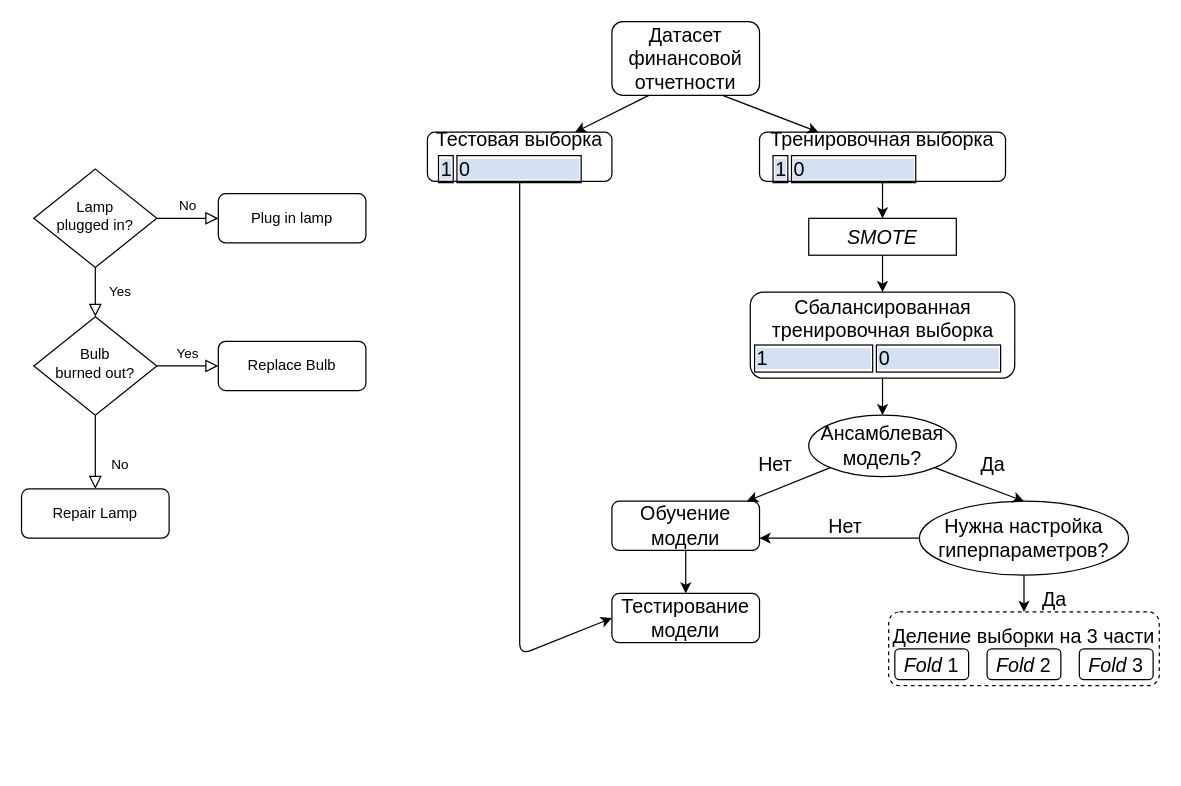
Mekss/retail-companies-bankruptcy-research keeps this draw.io diagram as Untitled Diagram.drawio. Above is the earlier version. Source tidied: cells renumbered, new cells numbered last; positions are measured from the earlier drawing's top-left corner, leaving out a move shared by most shapes. Both pictures are drawn from the tidied source at 123%, with x=0, y=0 at pixel (21, 21).
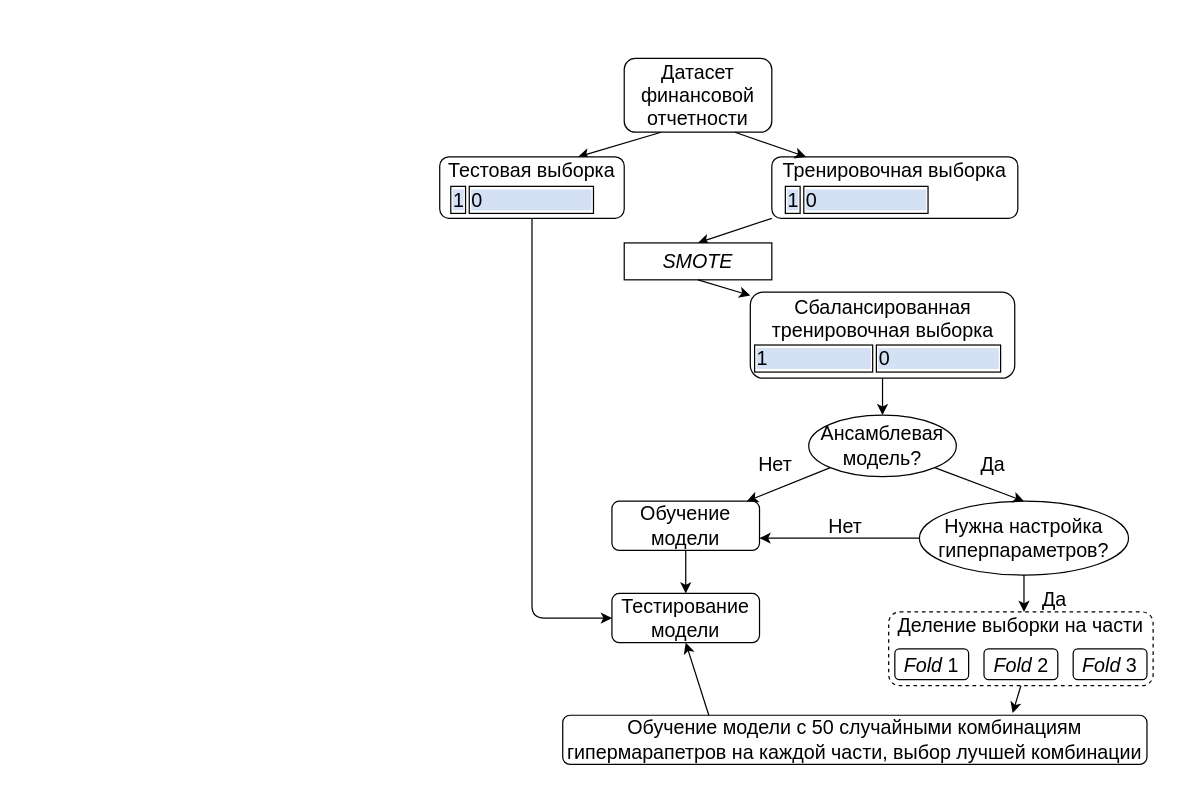
Above is the later version.

The change refers to these unchanged cells:
```xml
<mxCell id="24" value="Тестирование модели" style="rounded=1;whiteSpace=wrap;html=1;fontSize=16;" parent="1" vertex="1">
  <mxGeometry x="480" y="465" width="120" height="40" as="geometry" />
</mxCell>
```

The edit, as a diff of the source:
```diff
@@
-    <mxCell id="2" value="Деление выборки на 3 части&lt;br&gt;&lt;br&gt;" style="rounded=1;whiteSpace=wrap;html=1;fontSize=16;dashed=1;fillColor=#FFFFFF;" parent="1" vertex="1">
-      <mxGeometry x="705" y="480" width="220" height="60" as="geometry" />
+    <mxCell id="2" value="Деление выборки на части&lt;br&gt;&lt;br&gt;&lt;br&gt;" style="rounded=1;whiteSpace=wrap;html=1;fontSize=16;dashed=1;fillColor=#FFFFFF;" parent="1" vertex="1">
+      <mxGeometry x="705" y="480" width="215" height="60" as="geometry" />
     </mxCell>
     <mxCell id="3" value="Датасет финансовой отчетности" style="rounded=1;whiteSpace=wrap;html=1;fontSize=16;glass=0;strokeWidth=1;shadow=0;" parent="1" vertex="1">
-      <mxGeometry x="480" width="120" height="60" as="geometry" />
+      <mxGeometry x="490" y="30" width="120" height="60" as="geometry" />
     </mxCell>
-    <mxCell id="4" value="Yes" style="rounded=0;html=1;jettySize=auto;fontSize=11;endArrow=block;endFill=0;endSize=8;strokeWidth=1;shadow=0;labelBackgroundColor=none;edgeStyle=orthogonalEdgeStyle;" parent="1" edge="1" source="6" target="10">
-      <mxGeometry y="20" relative="1" as="geometry" />
-    </mxCell>
-    <mxCell id="5" value="No" style="edgeStyle=orthogonalEdgeStyle;rounded=0;html=1;jettySize=auto;fontSize=11;endArrow=block;endFill=0;endSize=8;strokeWidth=1;shadow=0;labelBackgroundColor=none;" parent="1" edge="1" source="6" target="7">
-      <mxGeometry y="10" relative="1" as="geometry" />
-    </mxCell>
-    <mxCell id="6" value="Lamp&lt;br&gt;plugged in?" style="rhombus;whiteSpace=wrap;html=1;shadow=0;fontFamily=Helvetica;fontSize=12;align=center;strokeWidth=1;spacing=6;spacingTop=-4;" parent="1" vertex="1">
-      <mxGeometry x="10" y="120" width="100" height="80" as="geometry" />
-    </mxCell>
-    <mxCell id="7" value="Plug in lamp" style="rounded=1;whiteSpace=wrap;html=1;fontSize=12;glass=0;strokeWidth=1;shadow=0;" parent="1" vertex="1">
-      <mxGeometry x="160" y="140" width="120" height="40" as="geometry" />
-    </mxCell>
-    <mxCell id="8" value="No" style="rounded=0;html=1;jettySize=auto;fontSize=11;endArrow=block;endFill=0;endSize=8;strokeWidth=1;shadow=0;labelBackgroundColor=none;edgeStyle=orthogonalEdgeStyle;" parent="1" edge="1" source="10" target="11">
-      <mxGeometry x="0.33" y="20" relative="1" as="geometry" />
-    </mxCell>
-    <mxCell id="9" value="Yes" style="edgeStyle=orthogonalEdgeStyle;rounded=0;html=1;jettySize=auto;fontSize=11;endArrow=block;endFill=0;endSize=8;strokeWidth=1;shadow=0;labelBackgroundColor=none;" parent="1" edge="1" source="10" target="12">
-      <mxGeometry y="10" relative="1" as="geometry" />
-    </mxCell>
-    <mxCell id="10" value="Bulb&lt;br&gt;burned out?" style="rhombus;whiteSpace=wrap;html=1;shadow=0;fontFamily=Helvetica;fontSize=12;align=center;strokeWidth=1;spacing=6;spacingTop=-4;" parent="1" vertex="1">
-      <mxGeometry x="10" y="240" width="100" height="80" as="geometry" />
-    </mxCell>
-    <mxCell id="11" value="Repair Lamp" style="rounded=1;whiteSpace=wrap;html=1;fontSize=12;glass=0;strokeWidth=1;shadow=0;" parent="1" vertex="1">
-      <mxGeometry y="380" width="120" height="40" as="geometry" />
-    </mxCell>
-    <mxCell id="12" value="Replace Bulb" style="rounded=1;whiteSpace=wrap;html=1;fontSize=12;glass=0;strokeWidth=1;shadow=0;" parent="1" vertex="1">
-      <mxGeometry x="160" y="260" width="120" height="40" as="geometry" />
-    </mxCell>
     <mxCell id="13" value="Тренировочная выборка&lt;table&gt;&lt;tbody&gt;&lt;tr&gt;&lt;td style=&quot;border: 1px solid rgb(0 , 0 , 0) ; border-collapse: collapse&quot;&gt;&lt;span style=&quot;background-color: rgb(212 , 225 , 245)&quot;&gt;1&lt;/span&gt;&lt;/td&gt;&lt;td style=&quot;border: 1px solid rgb(0 , 0 , 0) ; border-collapse: collapse&quot;&gt;&lt;span style=&quot;background-color: rgb(212 , 225 , 245)&quot;&gt;0&amp;nbsp; &amp;nbsp; &amp;nbsp; &amp;nbsp; &amp;nbsp; &amp;nbsp; &amp;nbsp; &amp;nbsp; &amp;nbsp; &amp;nbsp;&amp;nbsp;&lt;/span&gt;&lt;/td&gt;&lt;/tr&gt;&lt;/tbody&gt;&lt;/table&gt;" style="rounded=1;whiteSpace=wrap;html=1;fontSize=16;glass=0;strokeWidth=1;shadow=0;" parent="1" vertex="1">
-      <mxGeometry x="600" y="90" width="200" height="40" as="geometry" />
+      <mxGeometry x="610" y="110" width="200" height="50" as="geometry" />
     </mxCell>
@@
-    <mxCell id="15" style="endArrow=classic;html=1;exitX=0.25;exitY=1;exitDx=0;exitDy=0;entryX=0.75;entryY=0;entryDx=0;entryDy=0;fontSize=16;" parent="1" edge="1" source="3">
-      <mxGeometry relative="1" as="geometry">
-        <mxPoint x="450" y="90" as="targetPoint" />
-      </mxGeometry>
+    <mxCell id="15" style="endArrow=classic;html=1;exitX=0.25;exitY=1;exitDx=0;exitDy=0;entryX=0.75;entryY=0;entryDx=0;entryDy=0;fontSize=16;" parent="1" edge="1" source="3" target="20">
+      <mxGeometry relative="1" as="geometry" />
     </mxCell>
-    <mxCell id="16" style="endArrow=classic;html=1;fontSize=16;exitX=0.5;exitY=1;exitDx=0;exitDy=0;" parent="1" edge="1" source="13">
-      <mxGeometry relative="1" as="geometry">
-        <mxPoint x="700" y="160" as="targetPoint" />
-      </mxGeometry>
+    <mxCell id="16" style="endArrow=classic;html=1;fontSize=16;exitX=0;exitY=1;exitDx=0;exitDy=0;entryX=0.5;entryY=0;entryDx=0;entryDy=0;" parent="1" edge="1" source="13" target="17">
+      <mxGeometry relative="1" as="geometry" />
     </mxCell>
     <mxCell id="17" value="&lt;i&gt;SMOTE&lt;/i&gt;" style="rounded=0;whiteSpace=wrap;html=1;fontSize=16;" parent="1" vertex="1">
-      <mxGeometry x="640" y="160" width="120" height="30" as="geometry" />
+      <mxGeometry x="490" y="180" width="120" height="30" as="geometry" />
     </mxCell>
@@
     <mxCell id="20" value="Тестовая выборка&lt;table&gt;&lt;tbody&gt;&lt;tr&gt;&lt;td style=&quot;border: 1px solid rgb(0 , 0 , 0) ; border-collapse: collapse&quot;&gt;&lt;span style=&quot;background-color: rgb(212 , 225 , 245)&quot;&gt;1&lt;/span&gt;&lt;/td&gt;&lt;td style=&quot;border: 1px solid rgb(0 , 0 , 0) ; border-collapse: collapse&quot;&gt;&lt;span style=&quot;background-color: rgb(212 , 225 , 245)&quot;&gt;0&amp;nbsp; &amp;nbsp; &amp;nbsp; &amp;nbsp; &amp;nbsp; &amp;nbsp; &amp;nbsp; &amp;nbsp; &amp;nbsp; &amp;nbsp;&amp;nbsp;&lt;/span&gt;&lt;/td&gt;&lt;/tr&gt;&lt;/tbody&gt;&lt;/table&gt;" style="rounded=1;whiteSpace=wrap;html=1;fontSize=16;glass=0;strokeWidth=1;shadow=0;" parent="1" vertex="1">
-      <mxGeometry x="330" y="90" width="150" height="40" as="geometry" />
+      <mxGeometry x="340" y="110" width="150" height="50" as="geometry" />
     </mxCell>
@@
     <mxCell id="26" style="endArrow=classic;html=1;fontSize=16;exitX=0.5;exitY=1;exitDx=0;exitDy=0;entryX=0;entryY=0.5;entryDx=0;entryDy=0;" parent="1" edge="1" source="20" target="24">
       <mxGeometry relative="1" as="geometry">
         <Array as="points">
-          <mxPoint x="405" y="515" />
+          <mxPoint x="415" y="485" />
         </Array>
       </mxGeometry>
     </mxCell>
@@
     <mxCell id="37" value="&lt;i&gt;Fold&amp;nbsp;&lt;/i&gt;2" style="rounded=1;whiteSpace=wrap;html=1;fontSize=16;" parent="1" vertex="1">
-      <mxGeometry x="785" y="510" width="60" height="25" as="geometry" />
+      <mxGeometry x="782.5" y="510" width="60" height="25" as="geometry" />
     </mxCell>
     <mxCell id="38" value="&lt;i&gt;Fold&amp;nbsp;&lt;/i&gt;3" style="rounded=1;whiteSpace=wrap;html=1;fontSize=16;" parent="1" vertex="1">
-      <mxGeometry x="860" y="510" width="60" height="25" as="geometry" />
+      <mxGeometry x="855" y="510" width="60" height="25" as="geometry" />
     </mxCell>
+    <mxCell id="39" value="Обучение модели с 50 случайными комбинациям гипермарапетров на каждой части, выбор лучшей комбинации" style="rounded=1;whiteSpace=wrap;html=1;fontSize=16;fillColor=#FFFFFF;" parent="1" vertex="1">
+      <mxGeometry x="440" y="564" width="475" height="40" as="geometry" />
+    </mxCell>
+    <mxCell id="40" style="endArrow=classic;html=1;fontSize=16;exitX=0.5;exitY=1;exitDx=0;exitDy=0;entryX=0.77;entryY=-0.044;entryDx=0;entryDy=0;entryPerimeter=0;" parent="1" edge="1" source="2" target="39">
+      <mxGeometry relative="1" as="geometry" />
+    </mxCell>
+    <mxCell id="41" style="endArrow=classic;html=1;fontSize=16;exitX=0.25;exitY=0;exitDx=0;exitDy=0;entryX=0.5;entryY=1;entryDx=0;entryDy=0;" parent="1" edge="1" source="39" target="24">
+      <mxGeometry relative="1" as="geometry" />
+    </mxCell>
```
